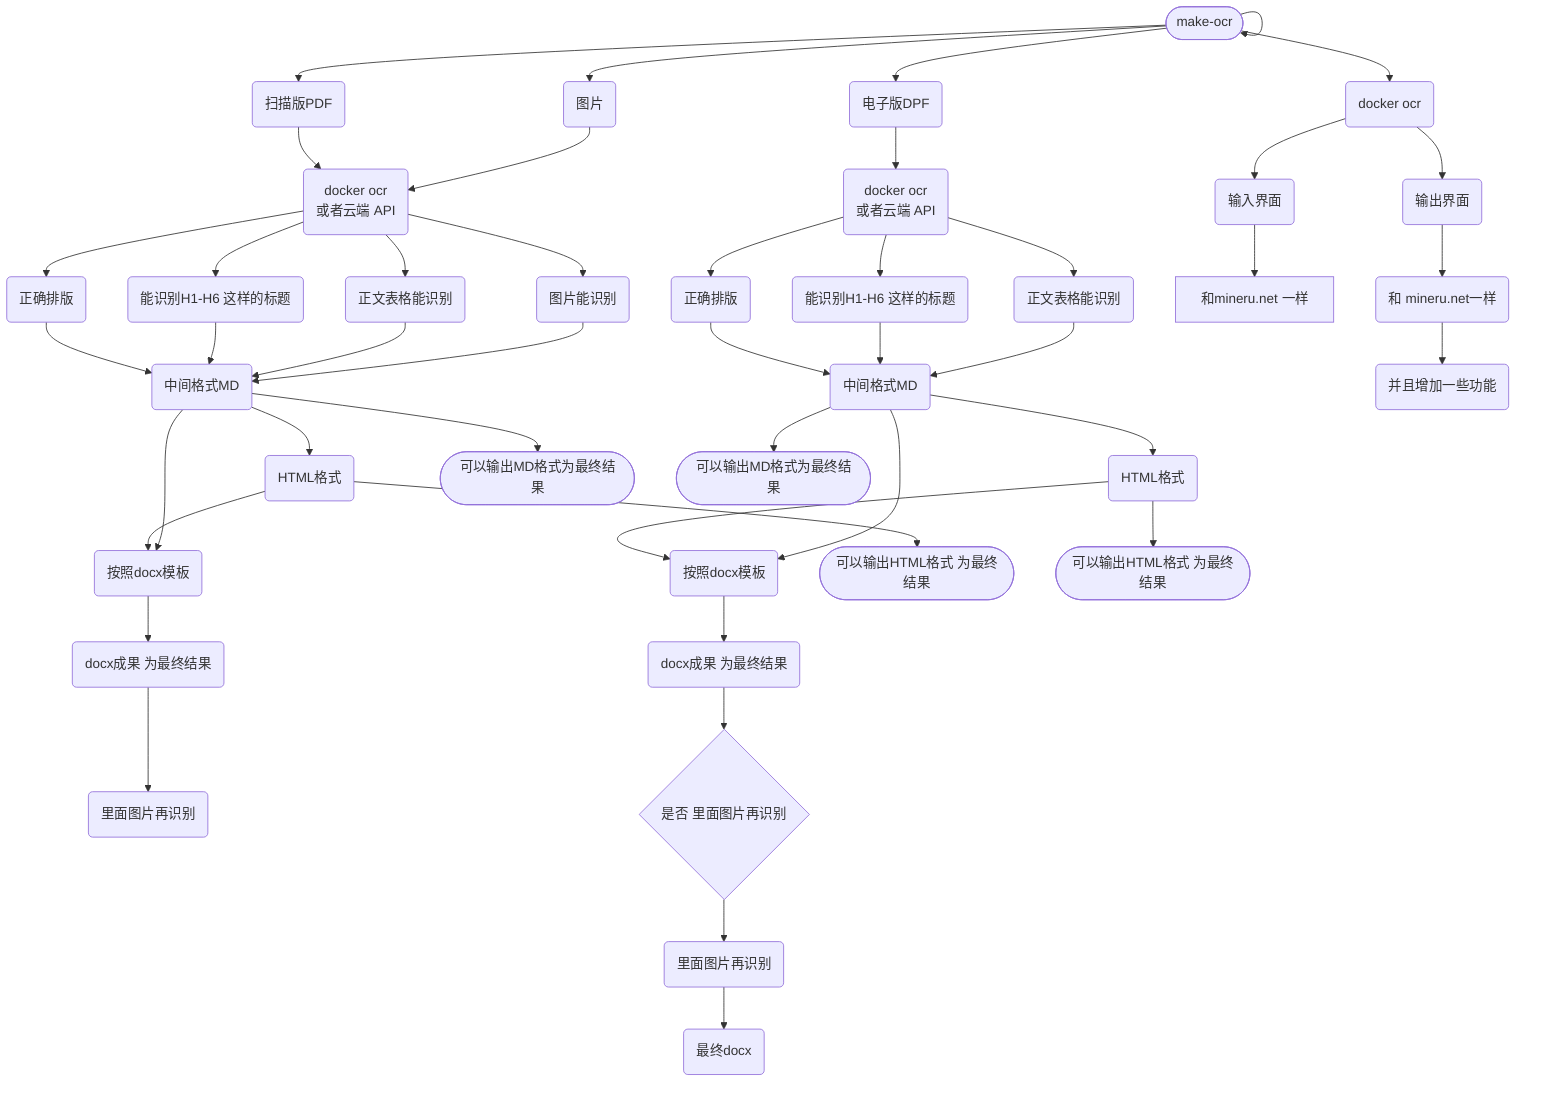
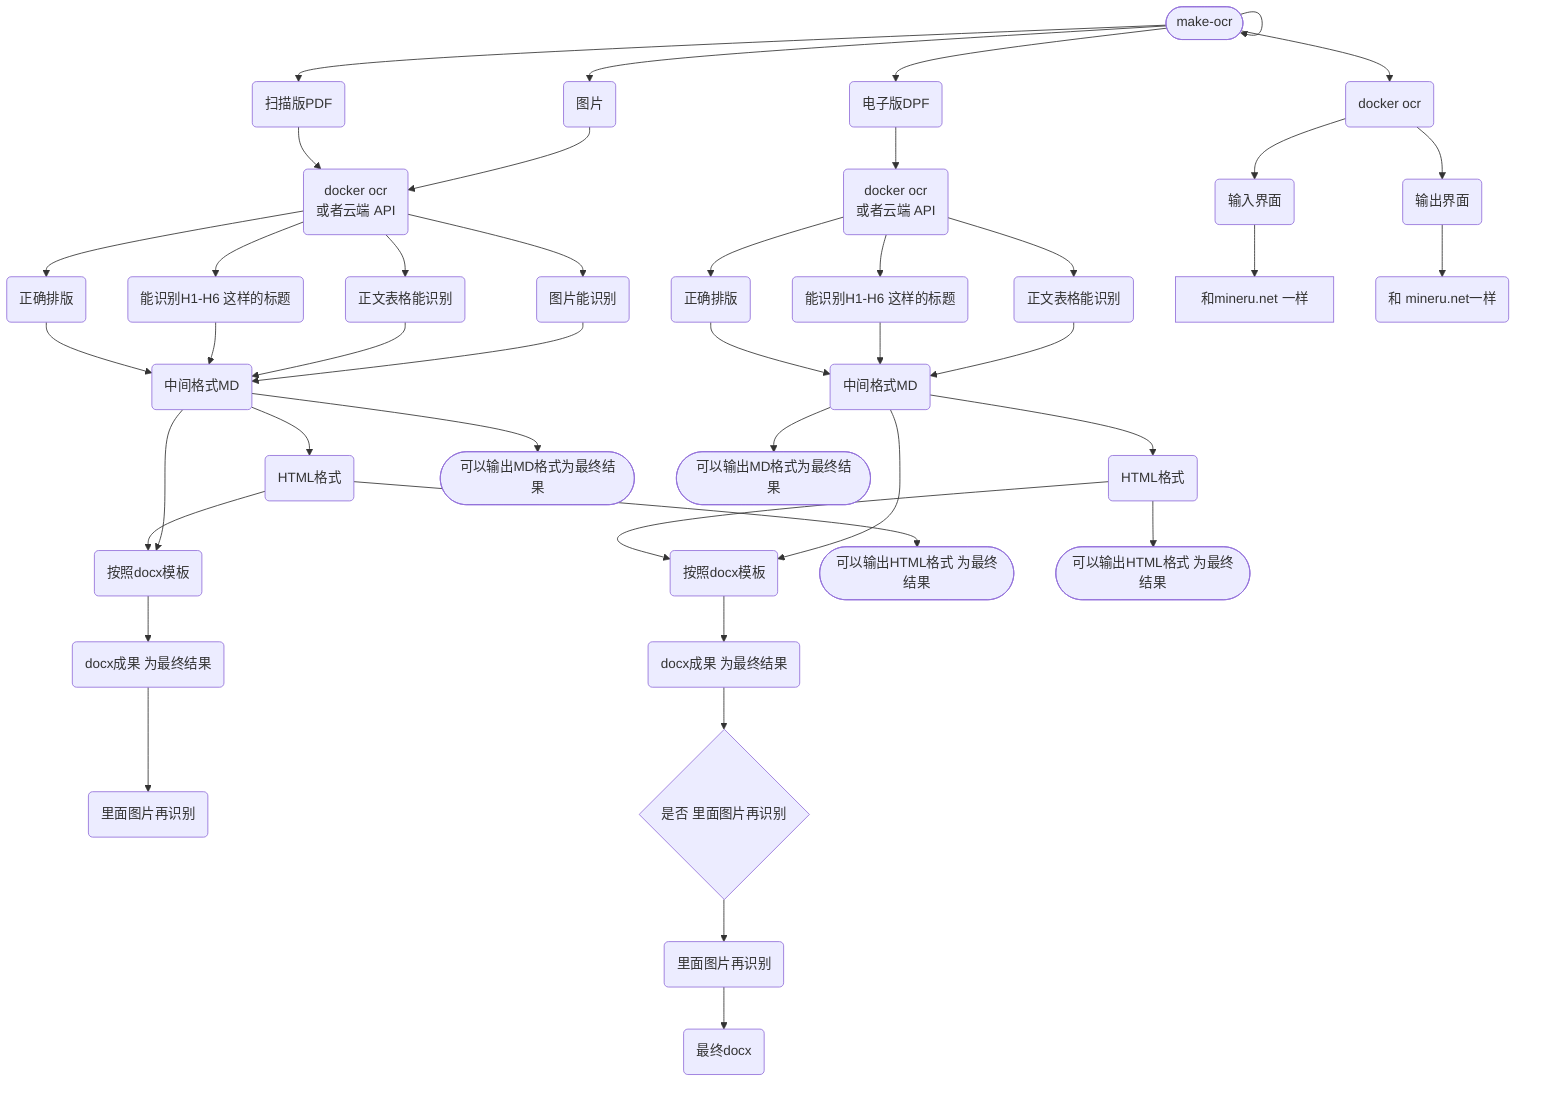
flowchart TD
  n_0(["make-ocr"])
  n_1("扫描版PDF")
  n_2("电子版DPF")
  n_3("docker ocr<br/>或者云端 API")
  n_4("图片")
  n_5("能识别H1-H6 这样的标题")
  n_6("正文表格能识别")
  n_7("图片能识别")
  n_8("按照docx模板")
  n_9("里面图片再识别")
  n_10("docx成果 为最终结果")
  n_11("中间格式MD")
  n_12("HTML格式")
  n_13("docker ocr<br/>或者云端 API")
  n_14("能识别H1-H6 这样的标题")
  n_15("正文表格能识别")
  n_16("按照docx模板")
  n_17("docx成果 为最终结果")
  n_18("中间格式MD")
  n_19("HTML格式")
  n_20("最终docx")
  n_21("里面图片再识别")
  n_22{"是否 里面图片再识别"}
  n_23("正确排版")
  n_24("正确排版")
  n_25(["可以输出MD格式为最终结果"])
  n_26(["可以输出MD格式为最终结果"])
  n_27(["可以输出HTML格式 为最终结果"])
  n_28(["可以输出HTML格式 为最终结果"])
  n_29("docker ocr")
  n_30("输入界面")
  n_31("输出界面")
  n_32["和mineru.net 一样"]
  n_33("和 mineru.net一样")
-   n_34("并且增加一些功能")
  n_0 --> n_0
  n_0 --> n_1
  n_0 --> n_2
  n_0 --> n_4
  n_11 --> n_8
  n_11 --> n_12
  n_12 --> n_8
  n_8 --> n_10
  n_10 --> n_9
  n_18 --> n_16
  n_18 --> n_19
  n_19 --> n_16
  n_16 --> n_17
  n_4 --> n_3
  n_1 --> n_3
  n_2 --> n_13
  n_13 --> n_14
  n_13 --> n_15
  n_15 --> n_18
  n_14 --> n_18
  n_7 --> n_11
  n_6 --> n_11
  n_5 --> n_11
  n_3 --> n_6
  n_21 --> n_20
  n_17 --> n_22
  n_22 --> n_21
  n_3 --> n_5
  n_3 --> n_7
  n_3 --> n_23
  n_23 --> n_11
  n_13 --> n_24
  n_24 --> n_18
  n_11 --> n_25
  n_18 --> n_26
  n_12 --> n_27
  n_19 --> n_28
  n_0 --> n_29
  n_29 --> n_30
  n_29 --> n_31
  n_30 --> n_32
  n_31 --> n_33
-   n_33 --> n_34
